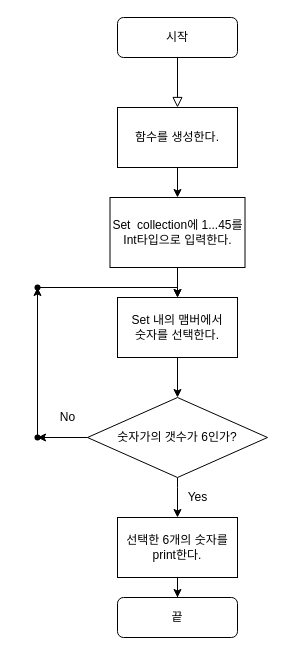
The draw.io diagram CodeStarterCamp_Week2/Untitled Diagram.drawio in yagom-academy/swift-starter-Round2, before the edit. Source tidied: cells renumbered, new cells numbered last; positions are measured from the earlier drawing's top-left corner, leaving out a move shared by most shapes. Both pictures are drawn from the tidied source at 100%, with x=0, y=0 at pixel (17, 17).
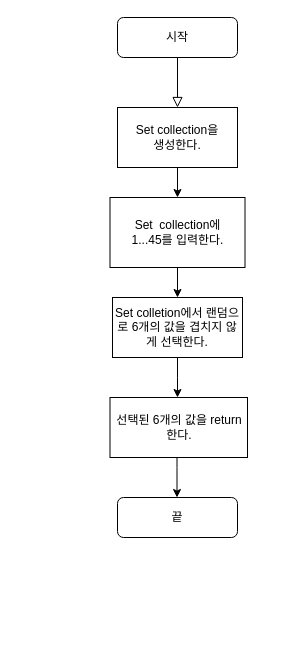
The same diagram, later.

The edit, as a diff of the source:
```diff
@@
     <mxCell id="4" value="끝" style="rounded=1;whiteSpace=wrap;html=1;fontSize=12;glass=0;strokeWidth=1;shadow=0;" parent="1" vertex="1">
-      <mxGeometry x="100" y="580" width="120" height="40" as="geometry" />
+      <mxGeometry x="100" y="480" width="120" height="40" as="geometry" />
     </mxCell>
@@
-    <mxCell id="6" value="Set &amp;nbsp;collection에 1...45를&lt;br&gt;Int타입으로 입력한다." style="rounded=0;whiteSpace=wrap;html=1;" parent="1" vertex="1">
+    <mxCell id="6" value="Set &amp;nbsp;collection에 &lt;br&gt;1...45를&amp;nbsp;입력한다." style="rounded=0;whiteSpace=wrap;html=1;" parent="1" vertex="1">
       <mxGeometry x="92.5" y="180" width="135" height="70" as="geometry" />
     </mxCell>
@@
-    <mxCell id="8" value="함수를 생성한다." style="rounded=0;whiteSpace=wrap;html=1;" parent="1" vertex="1">
+    <mxCell id="8" value="Set collection을&lt;br&gt;생성한다." style="rounded=0;whiteSpace=wrap;html=1;" parent="1" vertex="1">
       <mxGeometry x="100" y="90" width="120" height="60" as="geometry" />
     </mxCell>
-    <mxCell id="9" style="edgeStyle=orthogonalEdgeStyle;rounded=0;jettySize=auto;html=1;" parent="1" edge="1" source="10" target="13">
-      <mxGeometry relative="1" as="geometry" />
+    <mxCell id="9" style="edgeStyle=orthogonalEdgeStyle;rounded=0;jettySize=auto;html=1;" parent="1" edge="1" source="10">
+      <mxGeometry relative="1" as="geometry">
+        <mxPoint x="160" y="380" as="targetPoint" />
+      </mxGeometry>
     </mxCell>
-    <mxCell id="10" value="Set 내의 맴버에서&lt;br&gt;숫자를 선택한다." style="whiteSpace=wrap;html=1;rounded=0;" parent="1" vertex="1">
-      <mxGeometry x="100" y="280" width="120" height="60" as="geometry" />
+    <mxCell id="10" value="Set colletion에서 랜덤으로 6개의 값을 겹치지 않게 선택한다." style="whiteSpace=wrap;html=1;rounded=0;" parent="1" vertex="1">
+      <mxGeometry x="95" y="280" width="130" height="60" as="geometry" />
     </mxCell>
-    <mxCell id="11" style="edgeStyle=orthogonalEdgeStyle;rounded=0;jettySize=auto;html=1;" parent="1" edge="1" source="13" target="15">
+    <mxCell id="11" style="edgeStyle=orthogonalEdgeStyle;rounded=0;orthogonalLoop=1;jettySize=auto;html=1;" parent="1" edge="1">
       <mxGeometry relative="1" as="geometry">
+        <mxPoint x="159.5" y="440" as="sourcePoint" />
+        <mxPoint x="159.5" y="480" as="targetPoint" />
         <Array as="points">
-          <mxPoint x="160" y="470" />
-          <mxPoint x="160" y="470" />
+          <mxPoint x="159.5" y="450" />
+          <mxPoint x="159.5" y="450" />
         </Array>
       </mxGeometry>
     </mxCell>
-    <mxCell id="12" style="edgeStyle=orthogonalEdgeStyle;rounded=0;jettySize=auto;html=1;" parent="1" edge="1" source="13" target="18">
-      <mxGeometry relative="1" as="geometry" />
-    </mxCell>
-    <mxCell id="13" value="숫자가의 갯수가 6인가?" style="rhombus;whiteSpace=wrap;html=1;rounded=0;" parent="1" vertex="1">
-      <mxGeometry x="70" y="380" width="180" height="80" as="geometry" />
-    </mxCell>
-    <mxCell id="14" style="edgeStyle=orthogonalEdgeStyle;rounded=0;jettySize=auto;html=1;" parent="1" edge="1" source="15" target="4">
-      <mxGeometry relative="1" as="geometry" />
-    </mxCell>
-    <mxCell id="15" value="선택한 6개의 숫자를 print한다." style="whiteSpace=wrap;html=1;rounded=0;" parent="1" vertex="1">
-      <mxGeometry x="100" y="500" width="120" height="60" as="geometry" />
-    </mxCell>
-    <mxCell id="16" value="Yes" style="text;html=1;align=center;verticalAlign=middle;fillColor=none;strokeColor=none;rounded=0;" parent="1" vertex="1">
-      <mxGeometry x="160" y="470" width="40" height="20" as="geometry" />
-    </mxCell>
-    <mxCell id="17" style="edgeStyle=orthogonalEdgeStyle;rounded=0;jettySize=auto;html=1;" parent="1" edge="1" source="18" target="20">
-      <mxGeometry relative="1" as="geometry" />
-    </mxCell>
-    <mxCell id="18" style="shape=waypoint;sketch=0;size=6;points=[];fillColor=default;perimeter=centerPerimeter;snapToPoint=1;rounded=0;" parent="1" vertex="1">
-      <mxGeometry y="400" width="40" height="40" as="geometry" />
-    </mxCell>
-    <mxCell id="19" style="edgeStyle=orthogonalEdgeStyle;rounded=0;jettySize=auto;html=1;" parent="1" edge="1" source="20" target="10">
-      <mxGeometry relative="1" as="geometry">
-        <Array as="points">
-          <mxPoint x="160" y="270" />
-        </Array>
-      </mxGeometry>
-    </mxCell>
-    <mxCell id="20" style="shape=waypoint;sketch=0;size=6;points=[];fillColor=default;perimeter=centerPerimeter;snapToPoint=1;rounded=0;" parent="1" vertex="1">
-      <mxGeometry y="250" width="40" height="40" as="geometry" />
-    </mxCell>
-    <mxCell id="21" value="No" style="text;html=1;align=center;verticalAlign=middle;fillColor=none;strokeColor=none;rounded=0;" parent="1" vertex="1">
-      <mxGeometry x="35" y="390" width="30" height="20" as="geometry" />
-    </mxCell>
+    <mxCell id="22" value="선택된 6개의 값을 return한다." style="rounded=0;whiteSpace=wrap;html=1;" parent="1" vertex="1">
+      <mxGeometry x="92.5" y="380" width="137.5" height="60" as="geometry" />
+    </mxCell>
```
